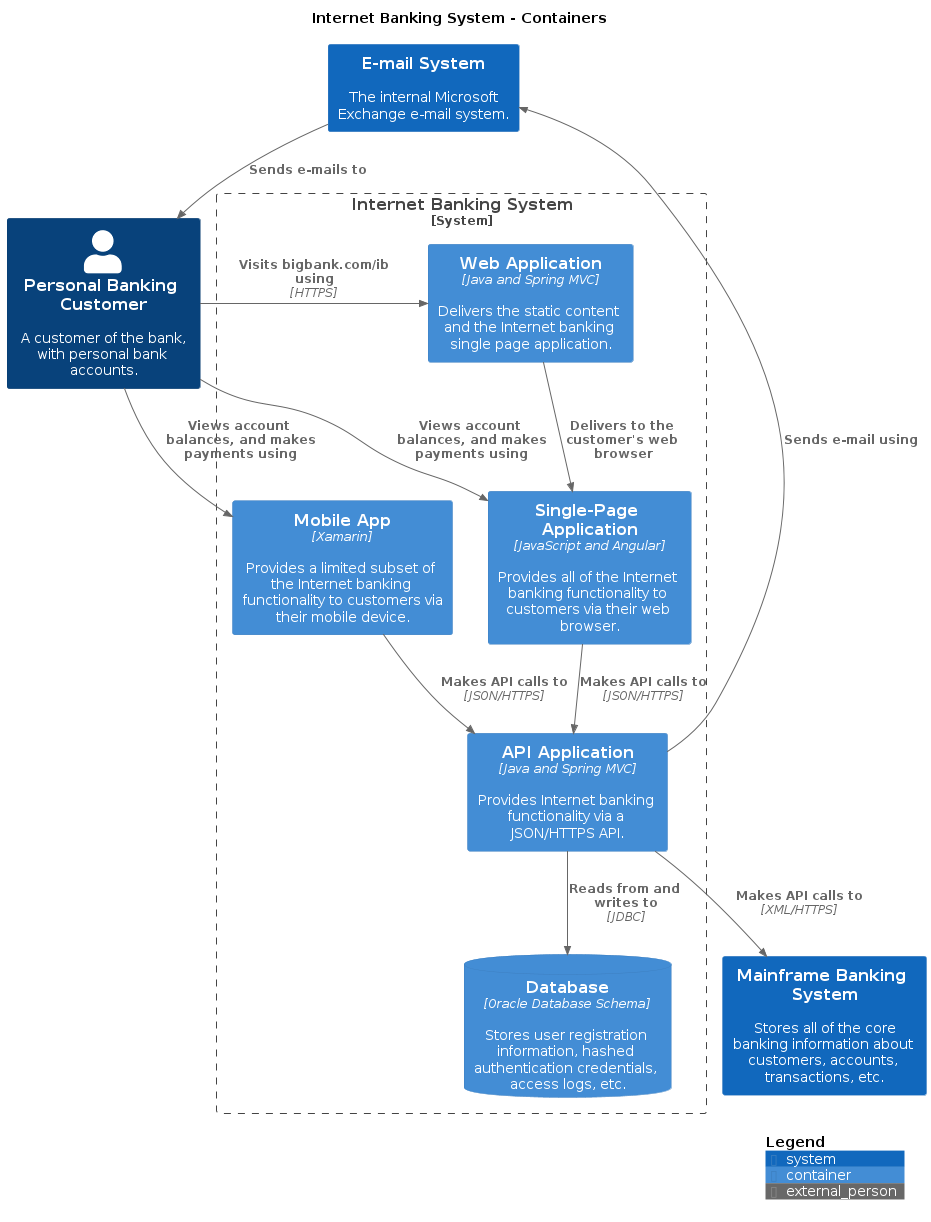
Earlier version of the PlantUML export main/png/Containers.png (avisi-cloud/structurizr-site-generatr). Its diagram source:
```plantuml
@startuml
title Internet Banking System - Containers

top to bottom direction

!include /home/runner/work/structurizr-site-generatr/structurizr-site-generatr/build/puml-cache/C4.puml
!include /home/runner/work/structurizr-site-generatr/structurizr-site-generatr/build/puml-cache/C4_Context.puml
!include /home/runner/work/structurizr-site-generatr/structurizr-site-generatr/build/puml-cache/C4_Container.puml

Person_Ext(PersonalBankingCustomer, "Personal Banking Customer", "A customer of the bank, with personal bank accounts.", $tags="Element+Person+Customer")
System(MainframeBankingSystem, "Mainframe Banking System", "Stores all of the core banking information about customers, accounts, transactions, etc.", $tags="Element+Software System+Existing System")
System(EmailSystem, "E-mail System", "The internal Microsoft Exchange e-mail system.", $tags="Element+Software System+Existing System")

System_Boundary("InternetBankingSystem_boundary", "Internet Banking System") {
  Container(InternetBankingSystem.WebApplication, "Web Application", "Java and Spring MVC", "Delivers the static content and the Internet banking single page application.", $tags="Element+Container")
  Container(InternetBankingSystem.APIApplication, "API Application", "Java and Spring MVC", "Provides Internet banking functionality via a JSON/HTTPS API.", $tags="Element+Container")
  ContainerDb(InternetBankingSystem.Database, "Database", "Oracle Database Schema", "Stores user registration information, hashed authentication credentials, access logs, etc.", $tags="Element+Container+Database")
  Container(InternetBankingSystem.SinglePageApplication, "Single-Page Application", "JavaScript and Angular", "Provides all of the Internet banking functionality to customers via their web browser.", $tags="Element+Container+Web Browser")
  Container(InternetBankingSystem.MobileApp, "Mobile App", "Xamarin", "Provides a limited subset of the Internet banking functionality to customers via their mobile device.", $tags="Element+Container+Mobile App")
}

Rel_D(EmailSystem, PersonalBankingCustomer, "Sends e-mails to", $tags="Relationship")
Rel_D(PersonalBankingCustomer, InternetBankingSystem.WebApplication, "Visits bigbank.com/ib using", "HTTPS", $tags="Relationship")
Rel_D(PersonalBankingCustomer, InternetBankingSystem.SinglePageApplication, "Views account balances, and makes payments using", $tags="Relationship")
Rel_D(PersonalBankingCustomer, InternetBankingSystem.MobileApp, "Views account balances, and makes payments using", $tags="Relationship")
Rel_D(InternetBankingSystem.WebApplication, InternetBankingSystem.SinglePageApplication, "Delivers to the customer's web browser", $tags="Relationship")
Rel_D(InternetBankingSystem.SinglePageApplication, InternetBankingSystem.APIApplication, "Makes API calls to", "JSON/HTTPS", $tags="Relationship")
Rel_D(InternetBankingSystem.MobileApp, InternetBankingSystem.APIApplication, "Makes API calls to", "JSON/HTTPS", $tags="Relationship")
Rel_D(InternetBankingSystem.APIApplication, InternetBankingSystem.Database, "Reads from and writes to", "JDBC", $tags="Relationship")
Rel_D(InternetBankingSystem.APIApplication, MainframeBankingSystem, "Makes API calls to", "XML/HTTPS", $tags="Relationship")
Rel_D(InternetBankingSystem.APIApplication, EmailSystem, "Sends e-mail using", $tags="Relationship")

SHOW_LEGEND()
@endum
```
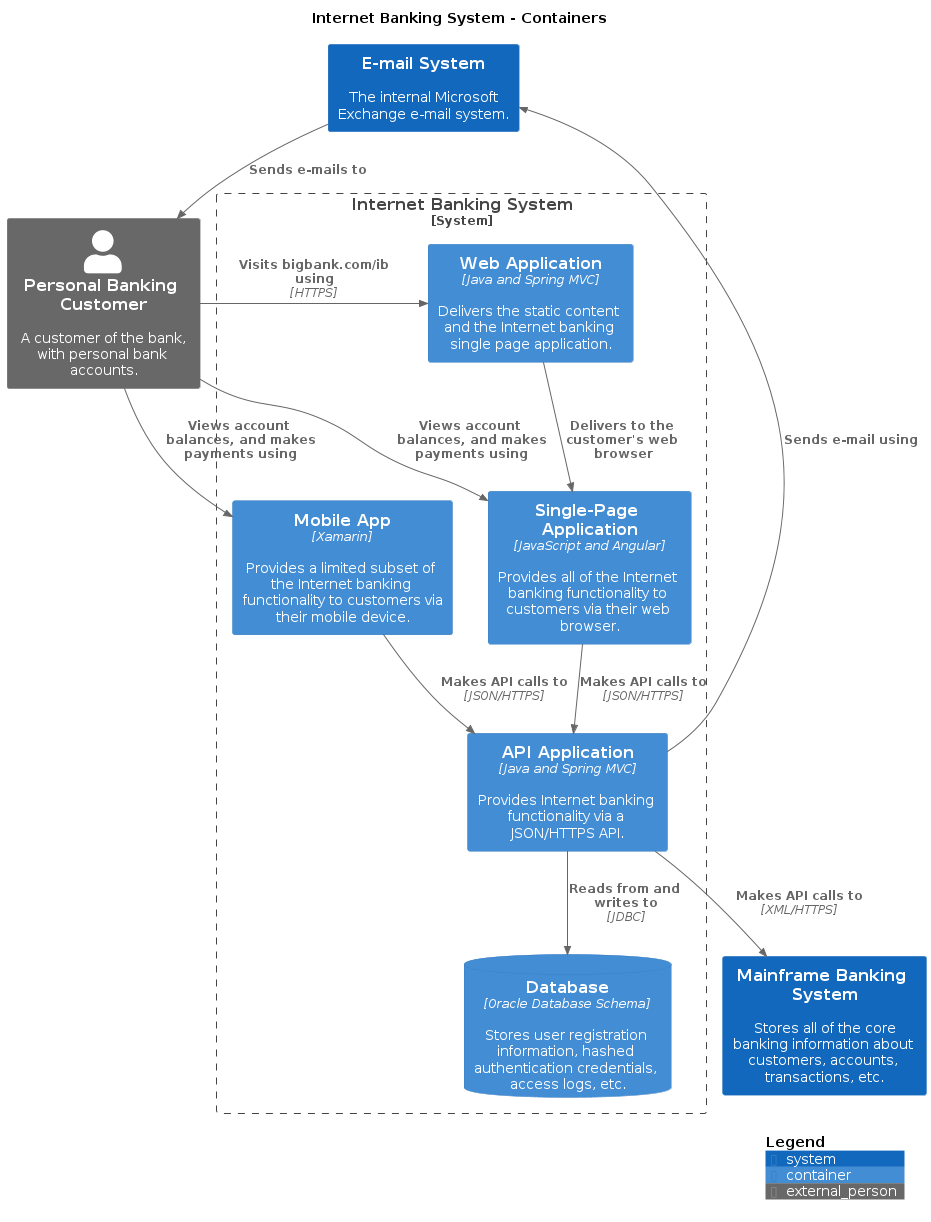
The same file after the commit.

Diff of the diagram source:
```diff
@@ -7,28 +7,28 @@
 !include /home/runner/work/structurizr-site-generatr/structurizr-site-generatr/build/puml-cache/C4_Context.puml
 !include /home/runner/work/structurizr-site-generatr/structurizr-site-generatr/build/puml-cache/C4_Container.puml
 
-Person_Ext(PersonalBankingCustomer, "Personal Banking Customer", "A customer of the bank, with personal bank accounts.", $tags="Element+Person+Customer")
-System(MainframeBankingSystem, "Mainframe Banking System", "Stores all of the core banking information about customers, accounts, transactions, etc.", $tags="Element+Software System+Existing System")
-System(EmailSystem, "E-mail System", "The internal Microsoft Exchange e-mail system.", $tags="Element+Software System+Existing System")
+Person_Ext(PersonalBankingCustomer, "Personal Banking Customer", "A customer of the bank, with personal bank accounts.", $tags="")
+System(MainframeBankingSystem, "Mainframe Banking System", "Stores all of the core banking information about customers, accounts, transactions, etc.", $tags="")
+System(EmailSystem, "E-mail System", "The internal Microsoft Exchange e-mail system.", $tags="")
 
 System_Boundary("InternetBankingSystem_boundary", "Internet Banking System") {
-  Container(InternetBankingSystem.WebApplication, "Web Application", "Java and Spring MVC", "Delivers the static content and the Internet banking single page application.", $tags="Element+Container")
-  Container(InternetBankingSystem.APIApplication, "API Application", "Java and Spring MVC", "Provides Internet banking functionality via a JSON/HTTPS API.", $tags="Element+Container")
-  ContainerDb(InternetBankingSystem.Database, "Database", "Oracle Database Schema", "Stores user registration information, hashed authentication credentials, access logs, etc.", $tags="Element+Container+Database")
-  Container(InternetBankingSystem.SinglePageApplication, "Single-Page Application", "JavaScript and Angular", "Provides all of the Internet banking functionality to customers via their web browser.", $tags="Element+Container+Web Browser")
-  Container(InternetBankingSystem.MobileApp, "Mobile App", "Xamarin", "Provides a limited subset of the Internet banking functionality to customers via their mobile device.", $tags="Element+Container+Mobile App")
+  Container(InternetBankingSystem.MobileApp, "Mobile App", "Xamarin", "Provides a limited subset of the Internet banking functionality to customers via their mobile device.", $tags="")
+  Container(InternetBankingSystem.WebApplication, "Web Application", "Java and Spring MVC", "Delivers the static content and the Internet banking single page application.", $tags="")
+  Container(InternetBankingSystem.APIApplication, "API Application", "Java and Spring MVC", "Provides Internet banking functionality via a JSON/HTTPS API.", $tags="")
+  ContainerDb(InternetBankingSystem.Database, "Database", "Oracle Database Schema", "Stores user registration information, hashed authentication credentials, access logs, etc.", $tags="")
+  Container(InternetBankingSystem.SinglePageApplication, "Single-Page Application", "JavaScript and Angular", "Provides all of the Internet banking functionality to customers via their web browser.", $tags="")
 }
 
-Rel_D(EmailSystem, PersonalBankingCustomer, "Sends e-mails to", $tags="Relationship")
-Rel_D(PersonalBankingCustomer, InternetBankingSystem.WebApplication, "Visits bigbank.com/ib using", "HTTPS", $tags="Relationship")
-Rel_D(PersonalBankingCustomer, InternetBankingSystem.SinglePageApplication, "Views account balances, and makes payments using", $tags="Relationship")
-Rel_D(PersonalBankingCustomer, InternetBankingSystem.MobileApp, "Views account balances, and makes payments using", $tags="Relationship")
-Rel_D(InternetBankingSystem.WebApplication, InternetBankingSystem.SinglePageApplication, "Delivers to the customer's web browser", $tags="Relationship")
-Rel_D(InternetBankingSystem.SinglePageApplication, InternetBankingSystem.APIApplication, "Makes API calls to", "JSON/HTTPS", $tags="Relationship")
-Rel_D(InternetBankingSystem.MobileApp, InternetBankingSystem.APIApplication, "Makes API calls to", "JSON/HTTPS", $tags="Relationship")
-Rel_D(InternetBankingSystem.APIApplication, InternetBankingSystem.Database, "Reads from and writes to", "JDBC", $tags="Relationship")
-Rel_D(InternetBankingSystem.APIApplication, MainframeBankingSystem, "Makes API calls to", "XML/HTTPS", $tags="Relationship")
-Rel_D(InternetBankingSystem.APIApplication, EmailSystem, "Sends e-mail using", $tags="Relationship")
+Rel_D(EmailSystem, PersonalBankingCustomer, "Sends e-mails to", $tags="")
+Rel_D(PersonalBankingCustomer, InternetBankingSystem.WebApplication, "Visits bigbank.com/ib using", "HTTPS", $tags="")
+Rel_D(PersonalBankingCustomer, InternetBankingSystem.SinglePageApplication, "Views account balances, and makes payments using", $tags="")
+Rel_D(PersonalBankingCustomer, InternetBankingSystem.MobileApp, "Views account balances, and makes payments using", $tags="")
+Rel_D(InternetBankingSystem.WebApplication, InternetBankingSystem.SinglePageApplication, "Delivers to the customer's web browser", $tags="")
+Rel_D(InternetBankingSystem.SinglePageApplication, InternetBankingSystem.APIApplication, "Makes API calls to", "JSON/HTTPS", $tags="")
+Rel_D(InternetBankingSystem.MobileApp, InternetBankingSystem.APIApplication, "Makes API calls to", "JSON/HTTPS", $tags="")
+Rel_D(InternetBankingSystem.APIApplication, InternetBankingSystem.Database, "Reads from and writes to", "JDBC", $tags="")
+Rel_D(InternetBankingSystem.APIApplication, MainframeBankingSystem, "Makes API calls to", "XML/HTTPS", $tags="")
+Rel_D(InternetBankingSystem.APIApplication, EmailSystem, "Sends e-mail using", $tags="")
 
 SHOW_LEGEND()
 @endum
```
